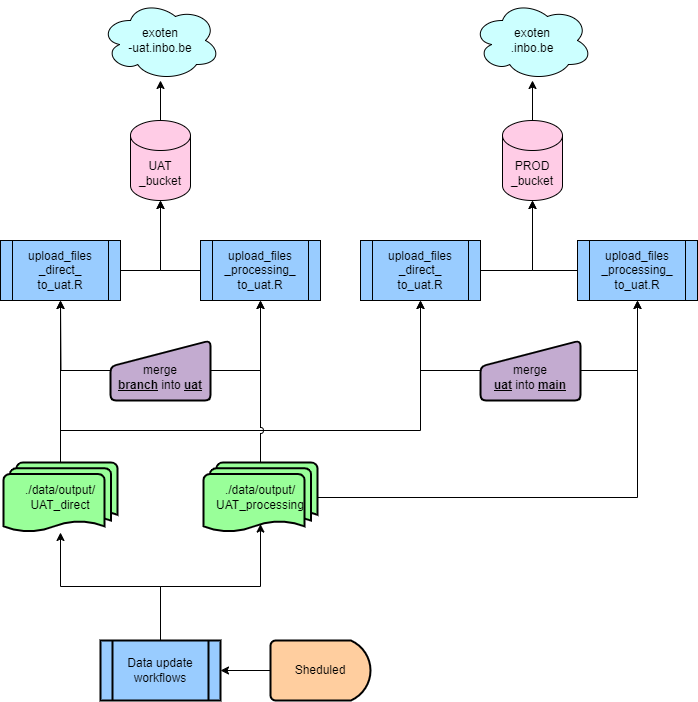
Above: docs/aspbo_flows-upload_files.drawio.png in inbo/aspbo (draw.io), before the change. Source tidied: cells renumbered, new cells last; positions are measured from the earlier drawing's top-left corner, leaving out a move shared by most shapes.
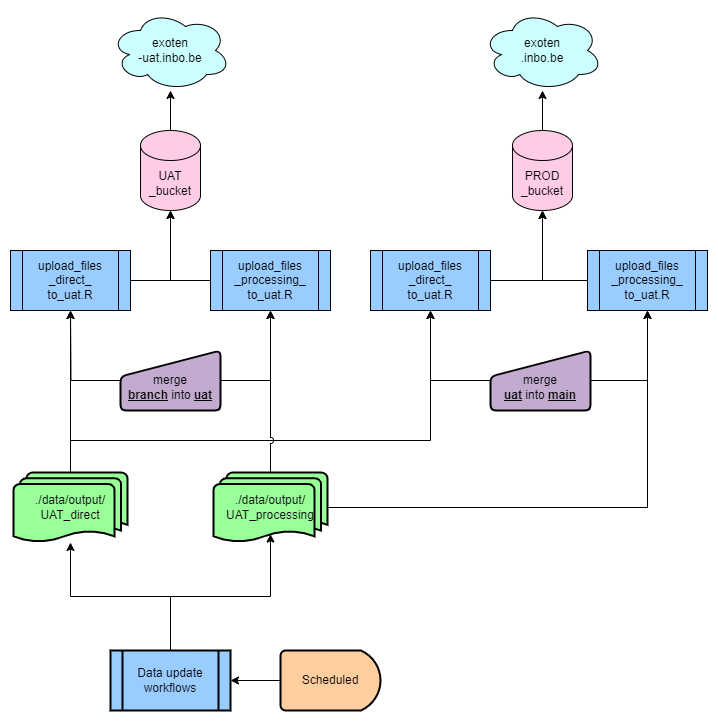
The same file after the commit.

Commit message:
Update png overview vespa velutina and general flows

What changed in the source:
```diff
@@ -95,7 +95,7 @@
     <mxCell id="27" style="edgeStyle=orthogonalEdgeStyle;rounded=0;jettySize=auto;html=1;entryX=1;entryY=0.5;entryDx=0;entryDy=0;" parent="1" edge="1" source="28" target="25">
       <mxGeometry relative="1" as="geometry" />
     </mxCell>
-    <mxCell id="28" value="Sheduled" style="strokeWidth=2;html=1;shape=mxgraph.flowchart.delay;whiteSpace=wrap;fillColor=#FFCE9F;" parent="1" vertex="1">
+    <mxCell id="28" value="Scheduled" style="strokeWidth=2;html=1;shape=mxgraph.flowchart.delay;whiteSpace=wrap;fillColor=#FFCE9F;" parent="1" vertex="1">
       <mxGeometry x="270" y="640" width="100" height="60" as="geometry" />
     </mxCell>
     <mxCell id="29" value="upload_files&lt;br&gt;_direct_&lt;div&gt;to_uat.R&lt;/div&gt;" style="shape=process;whiteSpace=wrap;html=1;backgroundOutline=1;fillColor=#99CCFF;" parent="1" vertex="1">
```
